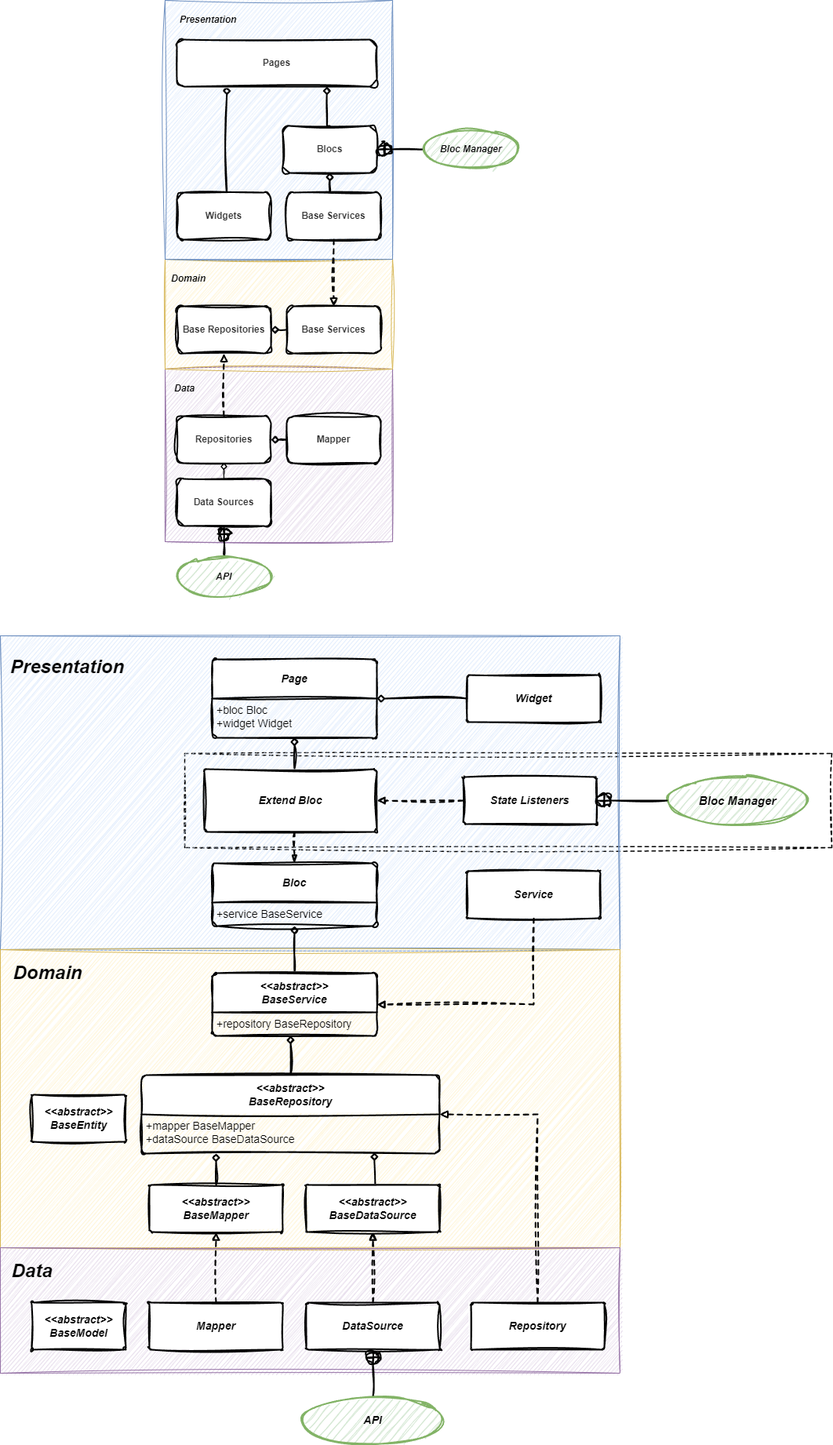
Before: architecture.drawio.png, a diagram exported from draw.io (hamed-rezaee/flutter_component_architecture_poc). Source tidied: cells renumbered, new cells last; positions are measured from the earlier drawing's top-left corner, leaving out a move shared by most shapes.
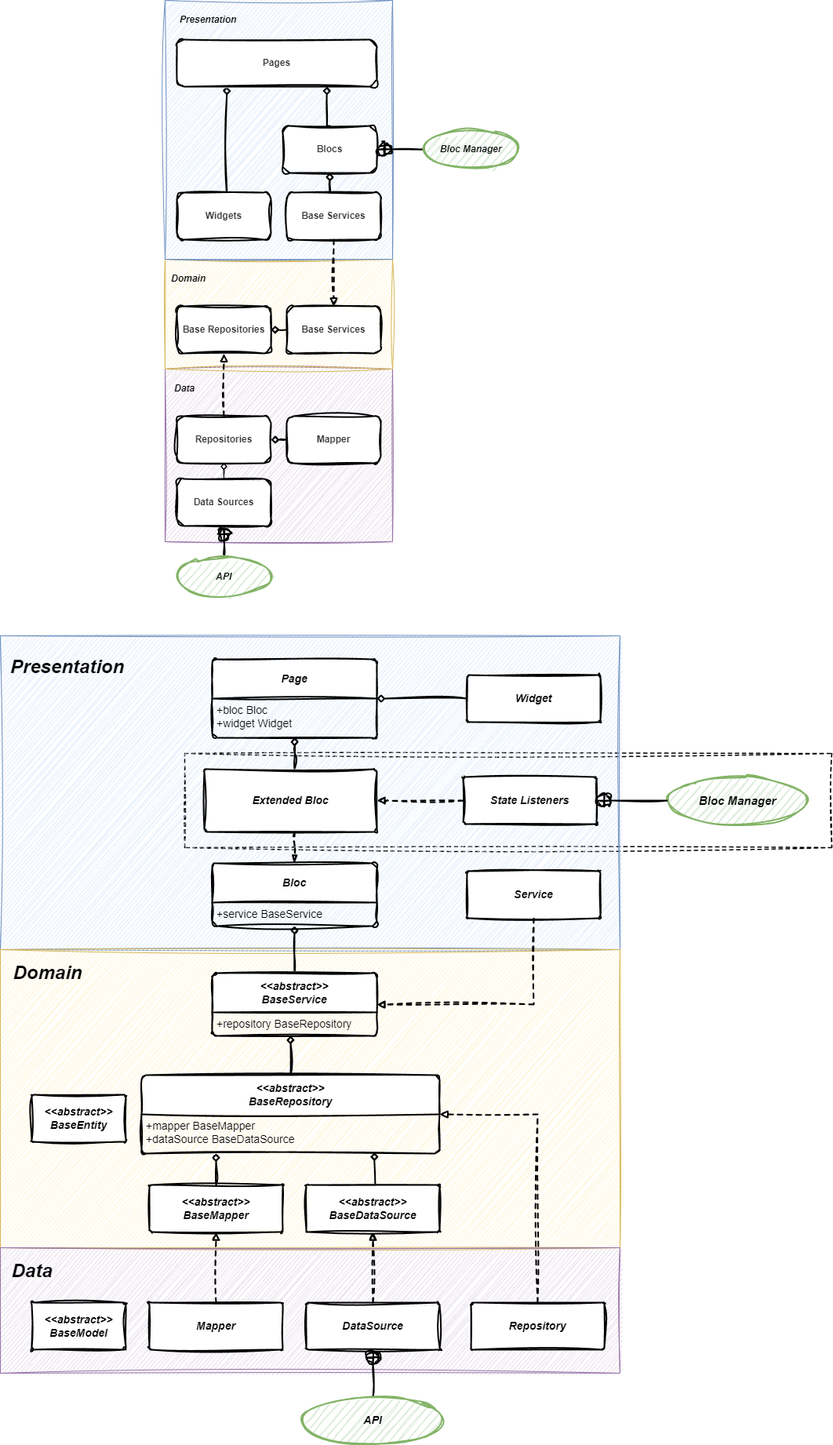
The same diagram one commit later.

Change to the diagram source:
```diff
@@ -210,7 +210,7 @@
         <mxPoint x="375" y="1060" as="sourcePoint" />
       </mxGeometry>
     </mxCell>
-    <mxCell id="63" value="&lt;span&gt;&lt;span&gt;&lt;font style=&quot;font-size: 14px;&quot;&gt;&lt;b&gt;&lt;i&gt;Extend Bloc&lt;/i&gt;&lt;/b&gt;&lt;br&gt;&lt;/font&gt;&lt;/span&gt;&lt;/span&gt;" style="rounded=1;whiteSpace=wrap;html=1;fontStyle=0;sketch=1;curveFitting=1;jiggle=2;fontSize=14;startSize=50;strokeWidth=2;shadow=0;dashed=0;arcSize=4;" parent="1" vertex="1">
+    <mxCell id="63" value="&lt;span&gt;&lt;span&gt;&lt;font style=&quot;font-size: 14px;&quot;&gt;&lt;b&gt;&lt;i&gt;Extended Bloc&lt;/i&gt;&lt;/b&gt;&lt;br&gt;&lt;/font&gt;&lt;/span&gt;&lt;/span&gt;" style="rounded=1;whiteSpace=wrap;html=1;fontStyle=0;sketch=1;curveFitting=1;jiggle=2;fontSize=14;startSize=50;strokeWidth=2;shadow=0;dashed=0;arcSize=4;" parent="1" vertex="1">
       <mxGeometry x="260" y="980" width="220" height="80" as="geometry" />
     </mxCell>
     <mxCell id="64" style="edgeStyle=orthogonalEdgeStyle;rounded=0;jettySize=auto;html=1;exitX=0.5;exitY=0;exitDx=0;exitDy=0;entryX=0.5;entryY=1;entryDx=0;entryDy=0;endArrow=diamond;endFill=0;sketch=1;curveFitting=1;jiggle=2;strokeWidth=2;" parent="1" edge="1" source="67" target="20">
```
